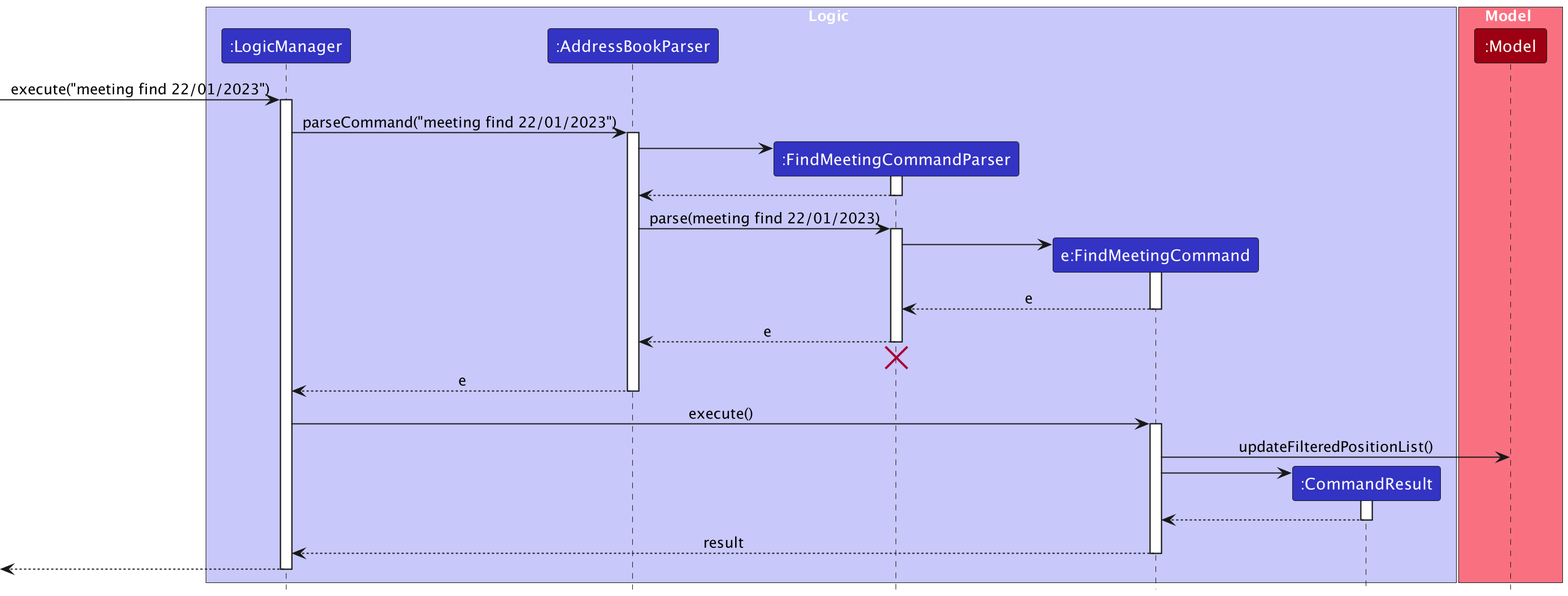
Above: docs/images/FindMeetingSequenceDiagram.png in nus-cs2103-AY2223S2/tp (PlantUML), before the change. Its source is kept beside it as docs/diagrams/FindMeetingSequenceDiagram.puml.
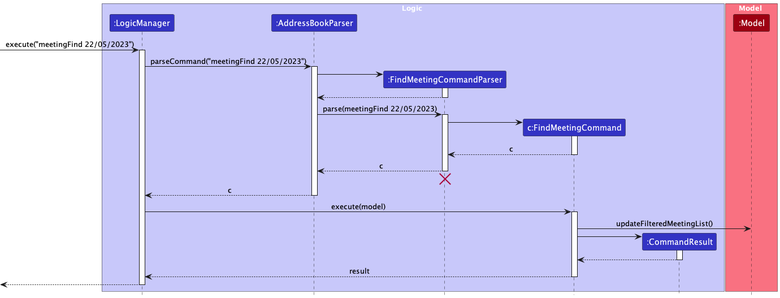
Later version of the same file.

Commit message:
updating sequence diagram for find meeting command

What changed in the source:
```diff
@@ -27,7 +27,7 @@
 FindMeetingCommandParser --> AddressBookParser
 deactivate FindMeetingCommandParser
 
-AddressBookParser -> FindMeetingCommandParser : parse(meeting find 22/01/2023)
+AddressBookParser -> FindMeetingCommandParser : parse(meetingFind 22/05/2023)
 activate FindMeetingCommandParser
 
 
```
